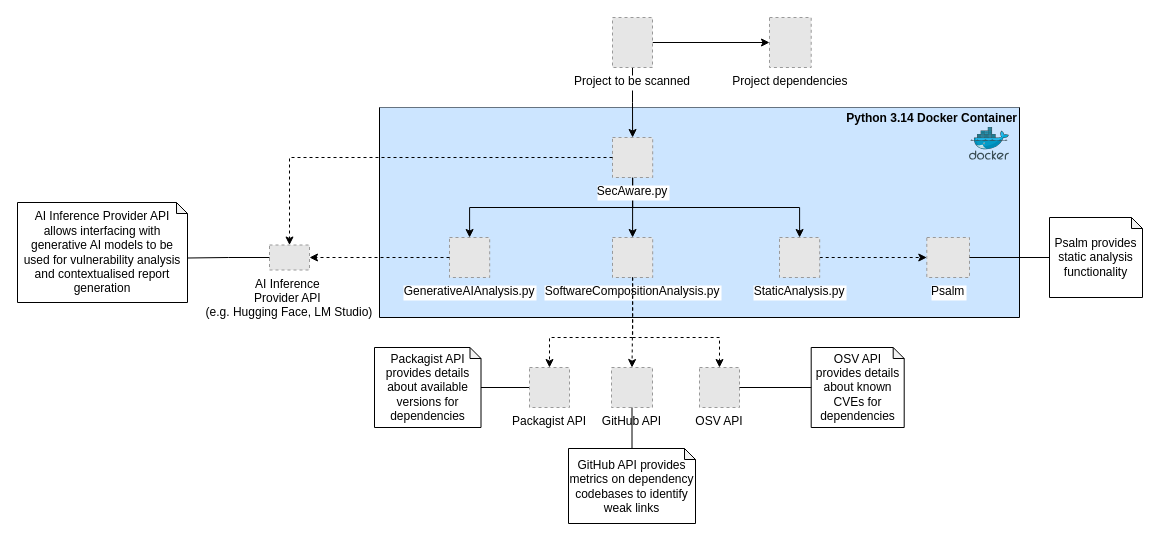
Above: docs/SecAware.drawio in AlexWinder/SecAware (draw.io), before the change. Source tidied: cells renumbered, new cells numbered last; positions are measured from the earlier drawing's top-left corner, leaving out a move shared by most shapes. Both pictures are drawn from the tidied source at 100%, with x=0, y=0 at pixel (17, 17). Pictures stored in the file or linked from it are replaced by grey dashed boxes.
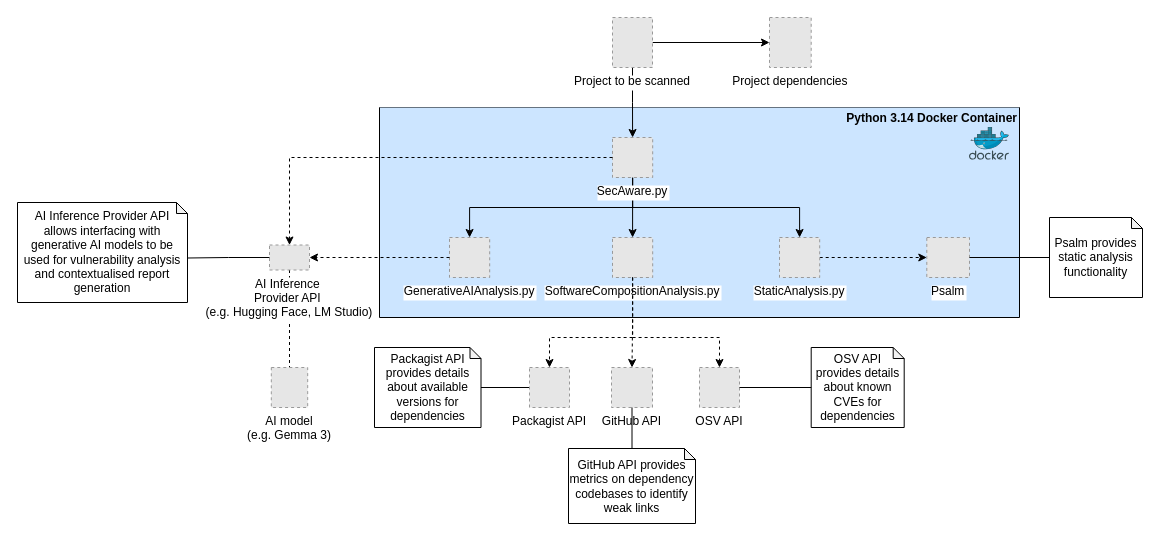
Above is the later version.

Commit message (it also covers changes not shown here):
Added missing AI model to architecture diagram

The change refers to these unchanged cells:
```xml
<mxCell id="30" value="AI Inference &#10;Provider API &#10;(e.g. Hugging Face, LM Studio)" style="fillColor=#E6E6E6;strokeColor=#999999;dashed=1;verticalLabelPosition=bottom;labelBackgroundColor=default;verticalAlign=top;" parent="1" vertex="1">
  <mxGeometry x="252" y="227.5" width="40" height="25" as="geometry" />
</mxCell>
```

The edit, as a diff of the source:
```diff
@@
+    <mxCell id="36" style="edgeStyle=orthogonalEdgeStyle;rounded=0;jettySize=auto;html=1;exitX=0.5;exitY=1;exitDx=0;exitDy=0;endArrow=none;endFill=0;dashed=1;" parent="1" edge="1" source="30" target="37">
+      <mxGeometry relative="1" as="geometry" />
+    </mxCell>
@@
+    <mxCell id="37" value="AI model&#10;(e.g. Gemma 3)" style="fillColor=#E6E6E6;strokeColor=#999999;dashed=1;verticalLabelPosition=bottom;labelBackgroundColor=default;verticalAlign=top;" parent="1" vertex="1">
+      <mxGeometry x="253.8" y="350" width="36.4" height="40" as="geometry" />
+    </mxCell>
```
